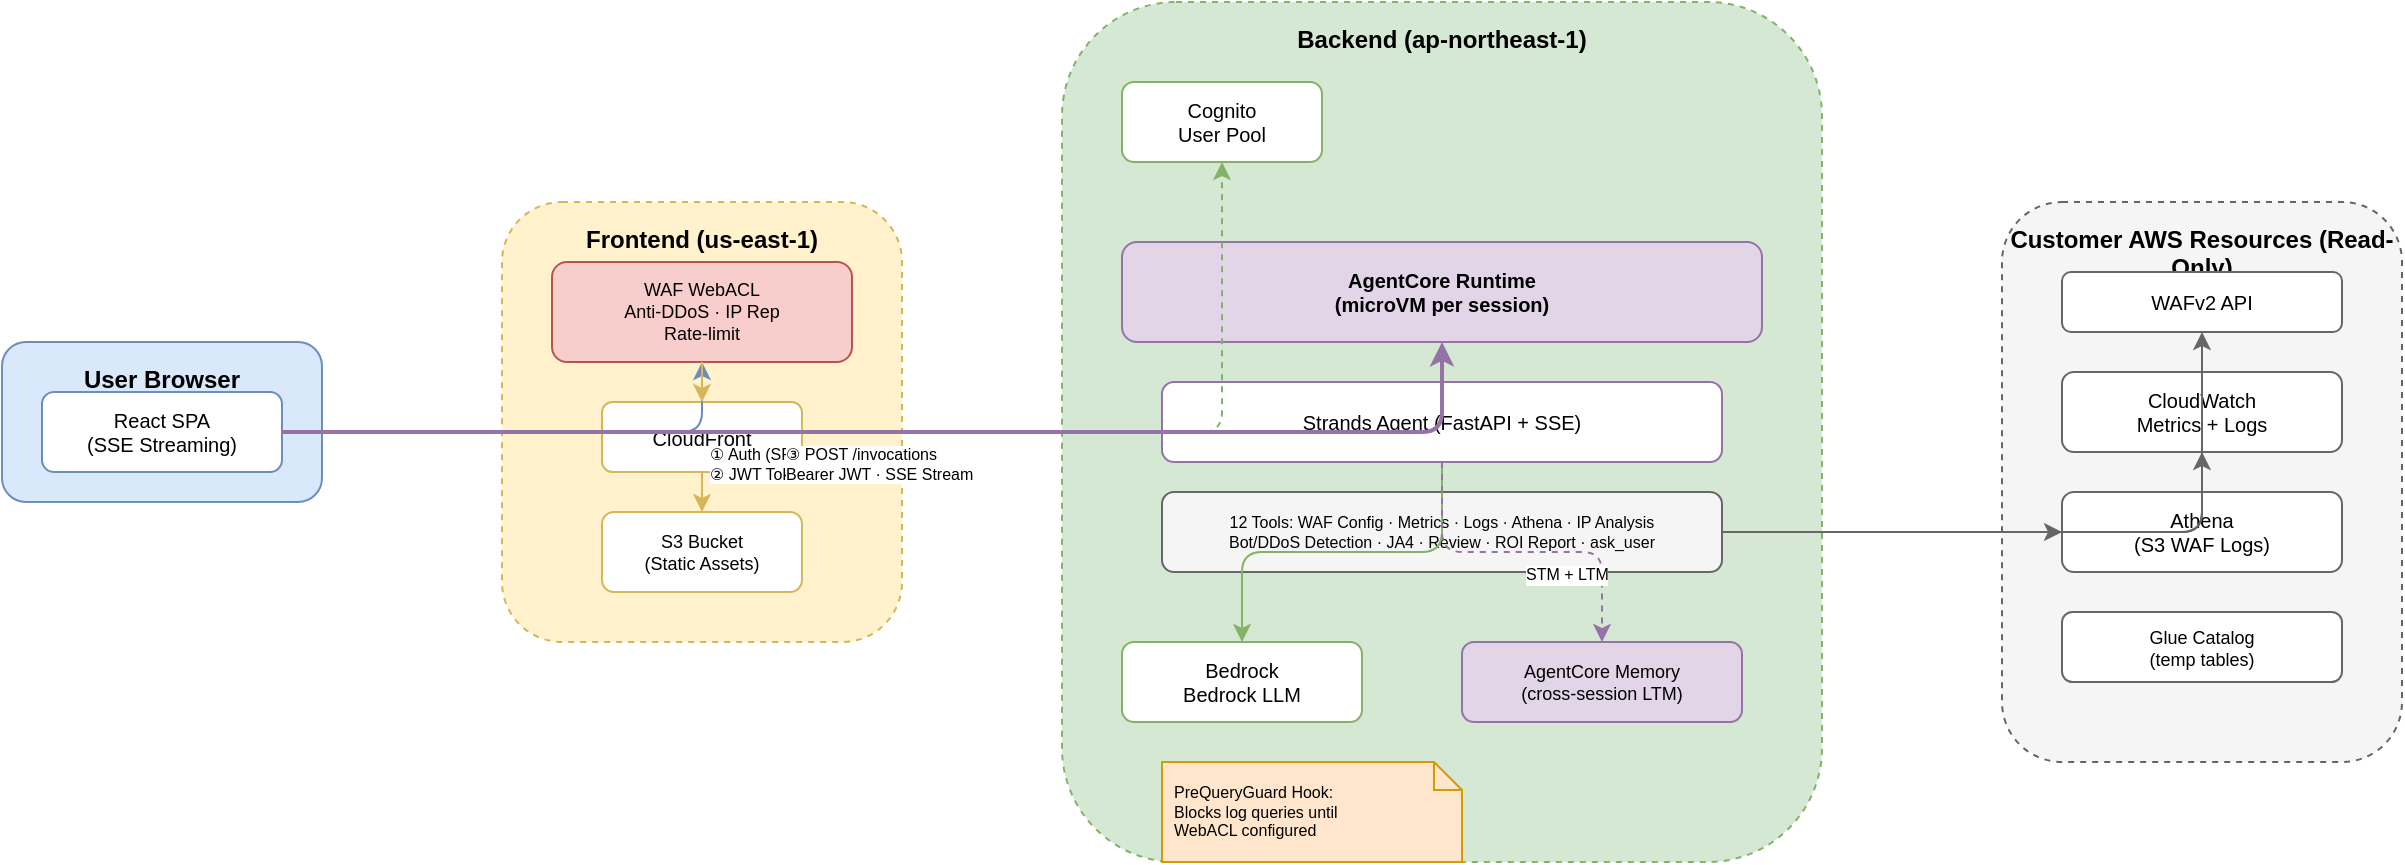
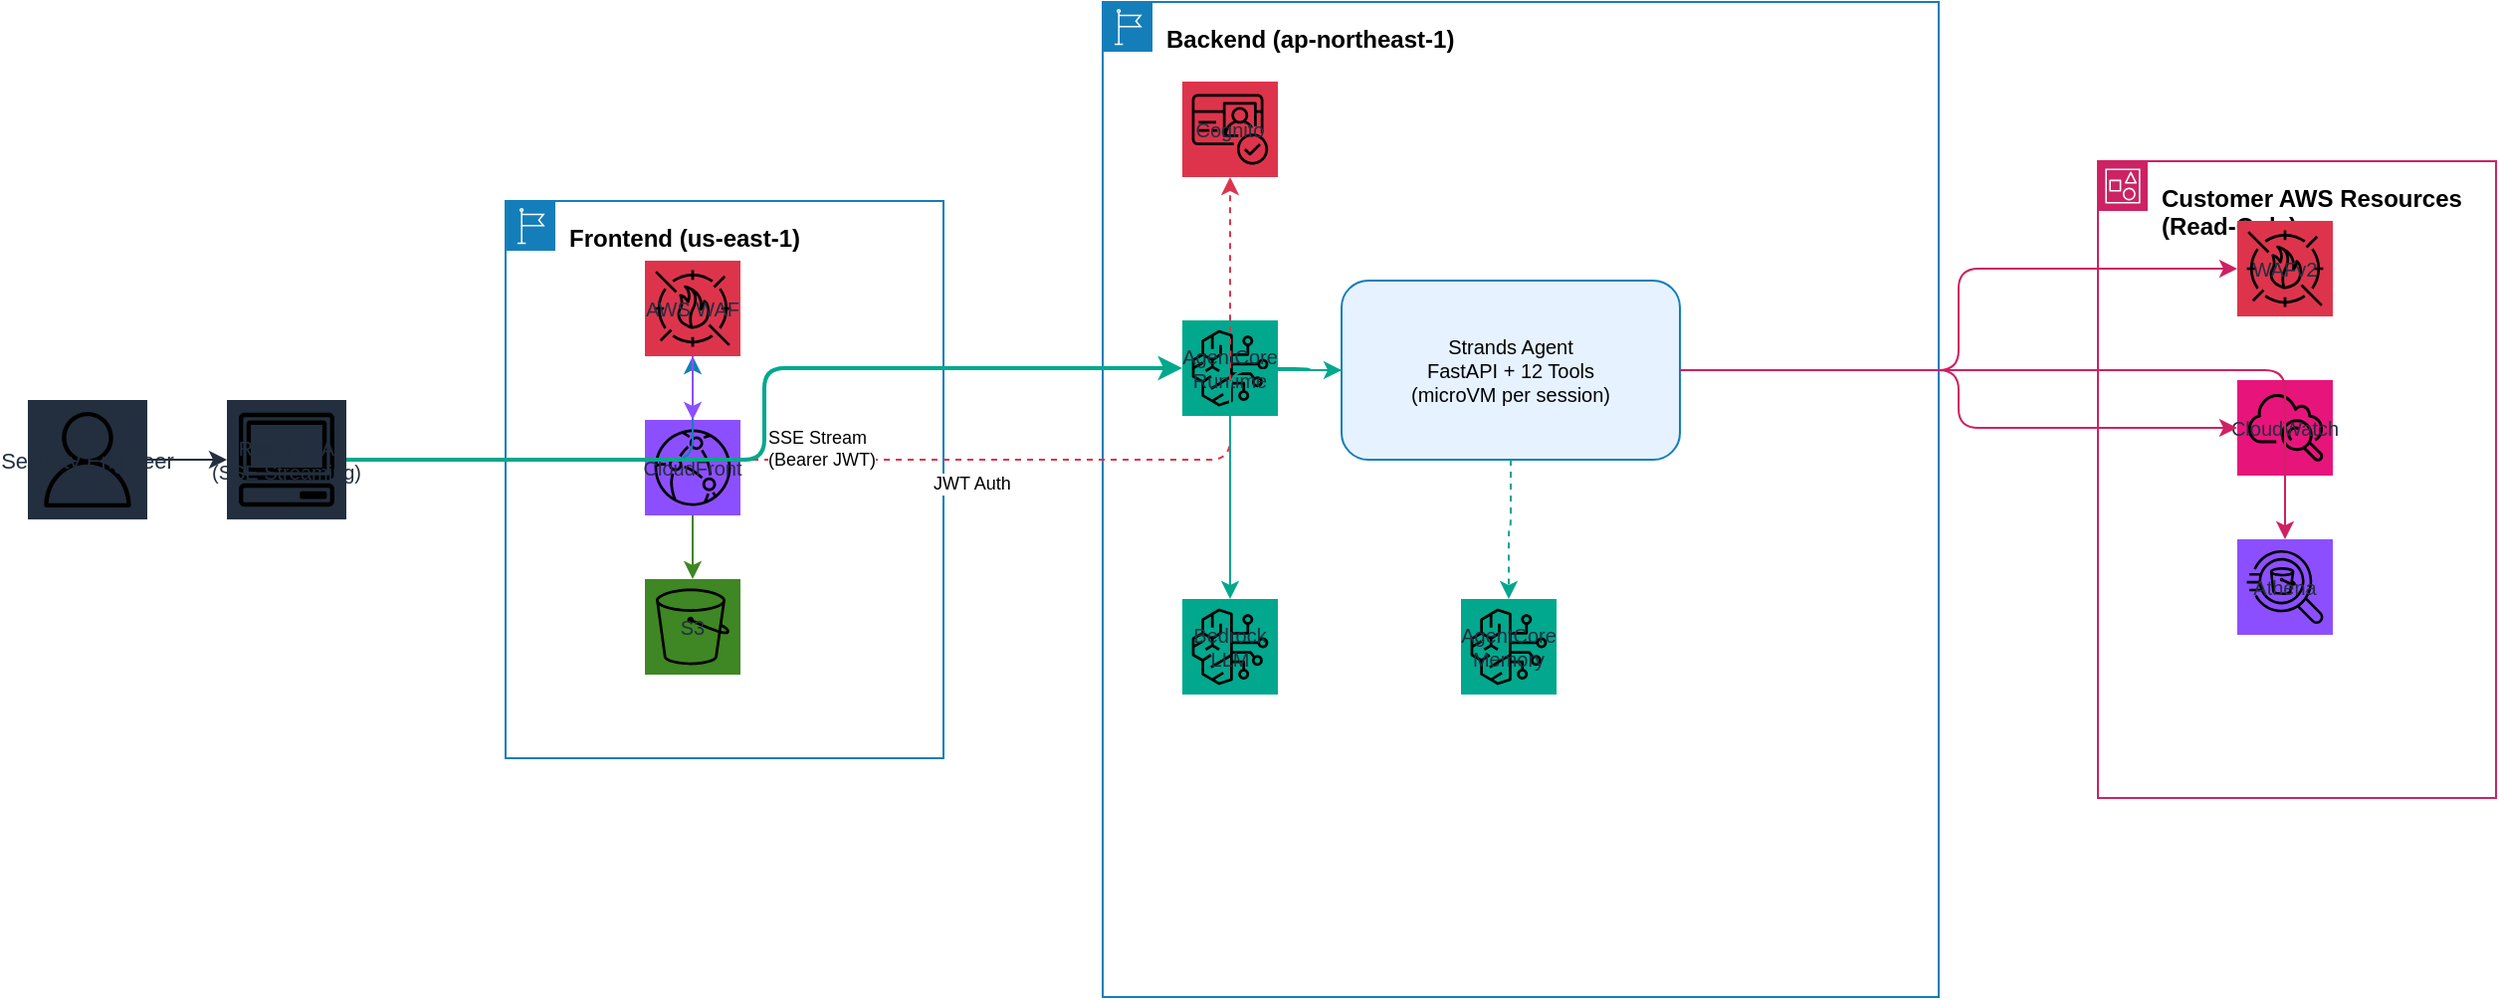
- <mxfile host="app.diagrams.net" modified="2026-05-11T13:05:00.000Z" agent="WAF Agent" version="24.0.0">
+ <mxfile host="app.diagrams.net" modified="2026-05-11T14:17:00.000Z" agent="WAF Agent" version="24.0.0">
  <diagram name="Architecture" id="arch-1">
-     <mxGraphModel dx="1200" dy="800" grid="1" gridSize="10" guides="1" tooltips="1" connect="1" arrows="1" fold="1" page="1" pageScale="1" pageWidth="1400" pageHeight="900" math="0" shadow="0">
+     <mxGraphModel dx="1422" dy="900" grid="1" gridSize="10" guides="1" tooltips="1" connect="1" arrows="1" fold="1" page="1" pageScale="1" pageWidth="1600" pageHeight="1000" math="0" shadow="0">
      <root>
        <mxCell id="0" />
        <mxCell id="1" parent="0" />

-         <!-- User Browser -->
-         <mxCell id="user-group" value="User Browser" style="rounded=1;whiteSpace=wrap;html=1;fillColor=#dae8fc;strokeColor=#6c8ebf;verticalAlign=top;fontStyle=1;fontSize=12;spacingTop=5;" vertex="1" parent="1">
-           <mxGeometry x="50" y="350" width="160" height="80" as="geometry" />
+         <!-- User -->
+         <mxCell id="user" value="Security Engineer" style="outlineConnect=0;fontColor=#232F3E;gradientColor=none;strokeColor=none;fillColor=#232F3E;align=center;strokeWidth=1;fontSize=11;fontStyle=0;shape=mxgraph.aws4.resourceIcon;resIcon=mxgraph.aws4.user" vertex="1" parent="1">
+           <mxGeometry x="80" y="400" width="60" height="60" as="geometry" />
        </mxCell>
-         <mxCell id="spa" value="React SPA&#xa;(SSE Streaming)" style="rounded=1;whiteSpace=wrap;html=1;fillColor=#fff;strokeColor=#6c8ebf;fontSize=10;" vertex="1" parent="1">
-           <mxGeometry x="70" y="375" width="120" height="40" as="geometry" />
+         <mxCell id="browser" value="React SPA&#xa;(SSE Streaming)" style="outlineConnect=0;fontColor=#232F3E;gradientColor=none;strokeColor=none;fillColor=#232F3E;align=center;strokeWidth=1;fontSize=10;fontStyle=0;shape=mxgraph.aws4.resourceIcon;resIcon=mxgraph.aws4.client" vertex="1" parent="1">
+           <mxGeometry x="180" y="400" width="60" height="60" as="geometry" />
        </mxCell>

-         <!-- Frontend (us-east-1) -->
-         <mxCell id="fe-group" value="Frontend (us-east-1)" style="rounded=1;whiteSpace=wrap;html=1;fillColor=#fff2cc;strokeColor=#d6b656;verticalAlign=top;fontStyle=1;fontSize=12;spacingTop=5;dashed=1;" vertex="1" parent="1">
-           <mxGeometry x="300" y="280" width="200" height="220" as="geometry" />
+         <!-- Frontend Group -->
+         <mxCell id="fe-group" value="Frontend (us-east-1)" style="points=[[0,0],[0.25,0],[0.5,0],[0.75,0],[1,0],[1,0.25],[1,0.5],[1,0.75],[1,1],[0.75,1],[0.5,1],[0.25,1],[0,1],[0,0.75],[0,0.5],[0,0.25]];outlineConnect=0;gradientColor=none;html=1;whiteSpace=wrap;fontSize=12;fontStyle=1;shape=mxgraph.aws4.group;grIcon=mxgraph.aws4.group_region;strokeColor=#147EBA;fillColor=none;verticalAlign=top;align=left;spacingLeft=30;spacingTop=5;dashed=0;" vertex="1" parent="1">
+           <mxGeometry x="320" y="300" width="220" height="280" as="geometry" />
        </mxCell>
-         <mxCell id="waf-fe" value="WAF WebACL&#xa;Anti-DDoS · IP Rep&#xa;Rate-limit" style="rounded=1;whiteSpace=wrap;html=1;fillColor=#f8cecc;strokeColor=#b85450;fontSize=9;" vertex="1" parent="1">
-           <mxGeometry x="325" y="310" width="150" height="50" as="geometry" />
+         <mxCell id="waf-fe" value="AWS WAF" style="outlineConnect=0;fontColor=#232F3E;gradientColor=none;strokeColor=none;fillColor=#DD344C;align=center;strokeWidth=1;fontSize=10;fontStyle=0;shape=mxgraph.aws4.resourceIcon;resIcon=mxgraph.aws4.waf" vertex="1" parent="1">
+           <mxGeometry x="390" y="330" width="48" height="48" as="geometry" />
        </mxCell>
-         <mxCell id="cf" value="CloudFront" style="rounded=1;whiteSpace=wrap;html=1;fillColor=#fff;strokeColor=#d6b656;fontSize=10;" vertex="1" parent="1">
-           <mxGeometry x="350" y="380" width="100" height="35" as="geometry" />
+         <mxCell id="cf" value="CloudFront" style="outlineConnect=0;fontColor=#232F3E;gradientColor=none;strokeColor=none;fillColor=#8C4FFF;align=center;strokeWidth=1;fontSize=10;fontStyle=0;shape=mxgraph.aws4.resourceIcon;resIcon=mxgraph.aws4.cloudfront" vertex="1" parent="1">
+           <mxGeometry x="390" y="410" width="48" height="48" as="geometry" />
        </mxCell>
-         <mxCell id="s3" value="S3 Bucket&#xa;(Static Assets)" style="rounded=1;whiteSpace=wrap;html=1;fillColor=#fff;strokeColor=#d6b656;fontSize=9;" vertex="1" parent="1">
-           <mxGeometry x="350" y="435" width="100" height="40" as="geometry" />
+         <mxCell id="s3" value="S3" style="outlineConnect=0;fontColor=#232F3E;gradientColor=none;strokeColor=none;fillColor=#3F8624;align=center;strokeWidth=1;fontSize=10;fontStyle=0;shape=mxgraph.aws4.resourceIcon;resIcon=mxgraph.aws4.s3" vertex="1" parent="1">
+           <mxGeometry x="390" y="490" width="48" height="48" as="geometry" />
        </mxCell>

-         <!-- Backend -->
-         <mxCell id="be-group" value="Backend (ap-northeast-1)" style="rounded=1;whiteSpace=wrap;html=1;fillColor=#d5e8d4;strokeColor=#82b366;verticalAlign=top;fontStyle=1;fontSize=12;spacingTop=5;dashed=1;" vertex="1" parent="1">
-           <mxGeometry x="580" y="180" width="380" height="430" as="geometry" />
+         <!-- Backend Group -->
+         <mxCell id="be-group" value="Backend (ap-northeast-1)" style="points=[[0,0],[0.25,0],[0.5,0],[0.75,0],[1,0],[1,0.25],[1,0.5],[1,0.75],[1,1],[0.75,1],[0.5,1],[0.25,1],[0,1],[0,0.75],[0,0.5],[0,0.25]];outlineConnect=0;gradientColor=none;html=1;whiteSpace=wrap;fontSize=12;fontStyle=1;shape=mxgraph.aws4.group;grIcon=mxgraph.aws4.group_region;strokeColor=#147EBA;fillColor=none;verticalAlign=top;align=left;spacingLeft=30;spacingTop=5;dashed=0;" vertex="1" parent="1">
+           <mxGeometry x="620" y="200" width="420" height="500" as="geometry" />
        </mxCell>
-         <mxCell id="cognito" value="Cognito&#xa;User Pool" style="rounded=1;whiteSpace=wrap;html=1;fillColor=#fff;strokeColor=#82b366;fontSize=10;" vertex="1" parent="1">
-           <mxGeometry x="610" y="220" width="100" height="40" as="geometry" />
+         <mxCell id="cognito" value="Cognito" style="outlineConnect=0;fontColor=#232F3E;gradientColor=none;strokeColor=none;fillColor=#DD344C;align=center;strokeWidth=1;fontSize=10;fontStyle=0;shape=mxgraph.aws4.resourceIcon;resIcon=mxgraph.aws4.cognito" vertex="1" parent="1">
+           <mxGeometry x="660" y="240" width="48" height="48" as="geometry" />
        </mxCell>
-         <mxCell id="ac" value="AgentCore Runtime&#xa;(microVM per session)" style="rounded=1;whiteSpace=wrap;html=1;fillColor=#e1d5e7;strokeColor=#9673a6;fontSize=10;fontStyle=1;" vertex="1" parent="1">
-           <mxGeometry x="610" y="300" width="320" height="50" as="geometry" />
+         <mxCell id="ac" value="AgentCore&#xa;Runtime" style="outlineConnect=0;fontColor=#232F3E;gradientColor=none;strokeColor=none;fillColor=#01A88D;align=center;strokeWidth=1;fontSize=10;fontStyle=0;shape=mxgraph.aws4.resourceIcon;resIcon=mxgraph.aws4.bedrock" vertex="1" parent="1">
+           <mxGeometry x="660" y="360" width="48" height="48" as="geometry" />
        </mxCell>
-         <mxCell id="agent" value="Strands Agent (FastAPI + SSE)" style="rounded=1;whiteSpace=wrap;html=1;fillColor=#fff;strokeColor=#9673a6;fontSize=10;" vertex="1" parent="1">
-           <mxGeometry x="630" y="370" width="280" height="40" as="geometry" />
+         <mxCell id="agent-box" value="Strands Agent&#xa;FastAPI + 12 Tools&#xa;(microVM per session)" style="rounded=1;whiteSpace=wrap;html=1;fillColor=#E6F2FF;strokeColor=#147EBA;fontSize=10;verticalAlign=middle;" vertex="1" parent="1">
+           <mxGeometry x="740" y="340" width="170" height="90" as="geometry" />
        </mxCell>
-         <mxCell id="tools" value="12 Tools: WAF Config · Metrics · Logs · Athena · IP Analysis&#xa;Bot/DDoS Detection · JA4 · Review · ROI Report · ask_user" style="rounded=1;whiteSpace=wrap;html=1;fillColor=#f5f5f5;strokeColor=#666;fontSize=8;" vertex="1" parent="1">
-           <mxGeometry x="630" y="425" width="280" height="40" as="geometry" />
+         <mxCell id="bedrock" value="Bedrock&#xa;LLM" style="outlineConnect=0;fontColor=#232F3E;gradientColor=none;strokeColor=none;fillColor=#01A88D;align=center;strokeWidth=1;fontSize=10;fontStyle=0;shape=mxgraph.aws4.resourceIcon;resIcon=mxgraph.aws4.bedrock" vertex="1" parent="1">
+           <mxGeometry x="660" y="500" width="48" height="48" as="geometry" />
        </mxCell>
-         <mxCell id="bedrock" value="Bedrock&#xa;Bedrock LLM" style="rounded=1;whiteSpace=wrap;html=1;fillColor=#fff;strokeColor=#82b366;fontSize=10;" vertex="1" parent="1">
-           <mxGeometry x="610" y="500" width="120" height="40" as="geometry" />
-         </mxCell>
-         <mxCell id="memory" value="AgentCore Memory&#xa;(cross-session LTM)" style="rounded=1;whiteSpace=wrap;html=1;fillColor=#e1d5e7;strokeColor=#9673a6;fontSize=9;" vertex="1" parent="1">
-           <mxGeometry x="780" y="500" width="140" height="40" as="geometry" />
+         <mxCell id="memory" value="AgentCore&#xa;Memory" style="outlineConnect=0;fontColor=#232F3E;gradientColor=none;strokeColor=none;fillColor=#01A88D;align=center;strokeWidth=1;fontSize=10;fontStyle=0;shape=mxgraph.aws4.resourceIcon;resIcon=mxgraph.aws4.bedrock" vertex="1" parent="1">
+           <mxGeometry x="800" y="500" width="48" height="48" as="geometry" />
        </mxCell>

-         <!-- Customer AWS Resources -->
-         <mxCell id="aws-group" value="Customer AWS Resources (Read-Only)" style="rounded=1;whiteSpace=wrap;html=1;fillColor=#f5f5f5;strokeColor=#666;verticalAlign=top;fontStyle=1;fontSize=12;spacingTop=5;dashed=1;" vertex="1" parent="1">
-           <mxGeometry x="1050" y="280" width="200" height="280" as="geometry" />
+         <!-- Customer Resources Group -->
+         <mxCell id="aws-group" value="Customer AWS Resources (Read-Only)" style="points=[[0,0],[0.25,0],[0.5,0],[0.75,0],[1,0],[1,0.25],[1,0.5],[1,0.75],[1,1],[0.75,1],[0.5,1],[0.25,1],[0,1],[0,0.75],[0,0.5],[0,0.25]];outlineConnect=0;gradientColor=none;html=1;whiteSpace=wrap;fontSize=12;fontStyle=1;shape=mxgraph.aws4.group;grIcon=mxgraph.aws4.group_account;strokeColor=#CD2264;fillColor=none;verticalAlign=top;align=left;spacingLeft=30;spacingTop=5;dashed=0;" vertex="1" parent="1">
+           <mxGeometry x="1120" y="280" width="200" height="320" as="geometry" />
        </mxCell>
-         <mxCell id="wafv2" value="WAFv2 API" style="rounded=1;whiteSpace=wrap;html=1;fillColor=#fff;strokeColor=#666;fontSize=10;" vertex="1" parent="1">
-           <mxGeometry x="1080" y="315" width="140" height="30" as="geometry" />
+         <mxCell id="wafv2" value="WAFv2" style="outlineConnect=0;fontColor=#232F3E;gradientColor=none;strokeColor=none;fillColor=#DD344C;align=center;strokeWidth=1;fontSize=10;fontStyle=0;shape=mxgraph.aws4.resourceIcon;resIcon=mxgraph.aws4.waf" vertex="1" parent="1">
+           <mxGeometry x="1190" y="310" width="48" height="48" as="geometry" />
        </mxCell>
-         <mxCell id="cw" value="CloudWatch&#xa;Metrics + Logs" style="rounded=1;whiteSpace=wrap;html=1;fillColor=#fff;strokeColor=#666;fontSize=10;" vertex="1" parent="1">
-           <mxGeometry x="1080" y="365" width="140" height="40" as="geometry" />
+         <mxCell id="cw" value="CloudWatch" style="outlineConnect=0;fontColor=#232F3E;gradientColor=none;strokeColor=none;fillColor=#E7157B;align=center;strokeWidth=1;fontSize=10;fontStyle=0;shape=mxgraph.aws4.resourceIcon;resIcon=mxgraph.aws4.cloudwatch" vertex="1" parent="1">
+           <mxGeometry x="1190" y="390" width="48" height="48" as="geometry" />
        </mxCell>
-         <mxCell id="athena" value="Athena&#xa;(S3 WAF Logs)" style="rounded=1;whiteSpace=wrap;html=1;fillColor=#fff;strokeColor=#666;fontSize=10;" vertex="1" parent="1">
-           <mxGeometry x="1080" y="425" width="140" height="40" as="geometry" />
-         </mxCell>
-         <mxCell id="glue" value="Glue Catalog&#xa;(temp tables)" style="rounded=1;whiteSpace=wrap;html=1;fillColor=#fff;strokeColor=#666;fontSize=9;" vertex="1" parent="1">
-           <mxGeometry x="1080" y="485" width="140" height="35" as="geometry" />
+         <mxCell id="athena" value="Athena" style="outlineConnect=0;fontColor=#232F3E;gradientColor=none;strokeColor=none;fillColor=#8C4FFF;align=center;strokeWidth=1;fontSize=10;fontStyle=0;shape=mxgraph.aws4.resourceIcon;resIcon=mxgraph.aws4.athena" vertex="1" parent="1">
+           <mxGeometry x="1190" y="470" width="48" height="48" as="geometry" />
        </mxCell>

        <!-- Arrows -->
-         <mxCell id="e1" style="edgeStyle=orthogonalEdgeStyle;rounded=1;strokeColor=#6c8ebf;" edge="1" source="spa" target="waf-fe" parent="1">
+         <mxCell id="e0" style="edgeStyle=orthogonalEdgeStyle;rounded=1;strokeColor=#232F3E;" edge="1" source="user" target="browser" parent="1">
          <mxGeometry relative="1" as="geometry" />
        </mxCell>
-         <mxCell id="e2" style="edgeStyle=orthogonalEdgeStyle;rounded=1;strokeColor=#d6b656;" edge="1" source="waf-fe" target="cf" parent="1">
+         <mxCell id="e1" style="edgeStyle=orthogonalEdgeStyle;rounded=1;strokeColor=#147EBA;" edge="1" source="browser" target="waf-fe" parent="1">
          <mxGeometry relative="1" as="geometry" />
        </mxCell>
-         <mxCell id="e3" style="edgeStyle=orthogonalEdgeStyle;rounded=1;strokeColor=#d6b656;" edge="1" source="cf" target="s3" parent="1">
+         <mxCell id="e2" style="edgeStyle=orthogonalEdgeStyle;rounded=1;strokeColor=#8C4FFF;" edge="1" source="waf-fe" target="cf" parent="1">
          <mxGeometry relative="1" as="geometry" />
        </mxCell>
-         <mxCell id="e4" style="edgeStyle=orthogonalEdgeStyle;rounded=1;strokeColor=#82b366;dashed=1;" edge="1" source="spa" target="cognito" parent="1">
+         <mxCell id="e3" style="edgeStyle=orthogonalEdgeStyle;rounded=1;strokeColor=#3F8624;" edge="1" source="cf" target="s3" parent="1">
          <mxGeometry relative="1" as="geometry" />
        </mxCell>
-         <mxCell id="e4-label" value="① Auth (SRP)&#xa;② JWT Token" style="edgeLabel;html=1;fontSize=8;fillColor=none;" vertex="1" connectable="0" parent="e4">
-           <mxGeometry x="-0.3" relative="1" as="geometry"><mxPoint as="offset" /></mxGeometry>
-         </mxCell>
-         <mxCell id="e5" style="edgeStyle=orthogonalEdgeStyle;rounded=1;strokeColor=#9673a6;strokeWidth=2;" edge="1" source="spa" target="ac" parent="1">
+         <!-- Auth flow -->
+         <mxCell id="e4" style="edgeStyle=orthogonalEdgeStyle;rounded=1;strokeColor=#DD344C;dashed=1;" edge="1" source="browser" target="cognito" parent="1">
          <mxGeometry relative="1" as="geometry" />
        </mxCell>
-         <mxCell id="e5-label" value="③ POST /invocations&#xa;Bearer JWT · SSE Stream" style="edgeLabel;html=1;fontSize=8;fillColor=none;" vertex="1" connectable="0" parent="e5">
-           <mxGeometry x="-0.2" relative="1" as="geometry"><mxPoint as="offset" /></mxGeometry>
+         <mxCell id="e4-label" value="JWT Auth" style="edgeLabel;html=1;fontSize=9;fillColor=none;" vertex="1" connectable="0" parent="e4">
+           <mxGeometry relative="1" as="geometry"><mxPoint as="offset" /></mxGeometry>
        </mxCell>
-         <mxCell id="e6" style="edgeStyle=orthogonalEdgeStyle;rounded=1;strokeColor=#82b366;" edge="1" source="agent" target="bedrock" parent="1">
+         <!-- SSE to AgentCore -->
+         <mxCell id="e5" style="edgeStyle=orthogonalEdgeStyle;rounded=1;strokeColor=#01A88D;strokeWidth=2;" edge="1" source="browser" target="ac" parent="1">
          <mxGeometry relative="1" as="geometry" />
        </mxCell>
-         <mxCell id="e6b" style="edgeStyle=orthogonalEdgeStyle;rounded=1;strokeColor=#9673a6;dashed=1;" edge="1" source="agent" target="memory" parent="1">
+         <mxCell id="e5-label" value="SSE Stream&#xa;(Bearer JWT)" style="edgeLabel;html=1;fontSize=9;fillColor=none;" vertex="1" connectable="0" parent="e5">
+           <mxGeometry relative="1" as="geometry"><mxPoint as="offset" /></mxGeometry>
+         </mxCell>
+         <!-- AgentCore to Agent -->
+         <mxCell id="e6" style="edgeStyle=orthogonalEdgeStyle;rounded=1;strokeColor=#01A88D;" edge="1" source="ac" target="agent-box" parent="1">
          <mxGeometry relative="1" as="geometry" />
        </mxCell>
-         <mxCell id="e6b-label" value="STM + LTM" style="edgeLabel;html=1;fontSize=8;fillColor=none;" vertex="1" connectable="0" parent="e6b">
-           <mxGeometry relative="1" as="geometry"><mxPoint as="offset" /></mxGeometry>
-         </mxCell>
-         <mxCell id="e7" style="edgeStyle=orthogonalEdgeStyle;rounded=1;strokeColor=#666;" edge="1" source="tools" target="wafv2" parent="1">
+         <!-- Agent to Bedrock -->
+         <mxCell id="e7" style="edgeStyle=orthogonalEdgeStyle;rounded=1;strokeColor=#01A88D;" edge="1" source="agent-box" target="bedrock" parent="1">
          <mxGeometry relative="1" as="geometry" />
        </mxCell>
-         <mxCell id="e8" style="edgeStyle=orthogonalEdgeStyle;rounded=1;strokeColor=#666;" edge="1" source="tools" target="cw" parent="1">
+         <!-- Agent to Memory -->
+         <mxCell id="e8" style="edgeStyle=orthogonalEdgeStyle;rounded=1;strokeColor=#01A88D;dashed=1;" edge="1" source="agent-box" target="memory" parent="1">
          <mxGeometry relative="1" as="geometry" />
        </mxCell>
-         <mxCell id="e9" style="edgeStyle=orthogonalEdgeStyle;rounded=1;strokeColor=#666;" edge="1" source="tools" target="athena" parent="1">
+         <!-- Agent to Customer Resources -->
+         <mxCell id="e9" style="edgeStyle=orthogonalEdgeStyle;rounded=1;strokeColor=#CD2264;" edge="1" source="agent-box" target="wafv2" parent="1">
          <mxGeometry relative="1" as="geometry" />
        </mxCell>
- 
-         <!-- Hook note -->
-         <mxCell id="hook-note" value="PreQueryGuard Hook:&#xa;Blocks log queries until&#xa;WebACL configured" style="shape=note;whiteSpace=wrap;html=1;size=14;fillColor=#ffe6cc;strokeColor=#d79b00;fontSize=8;align=left;spacingLeft=4;" vertex="1" parent="1">
-           <mxGeometry x="630" y="560" width="150" height="50" as="geometry" />
+         <mxCell id="e10" style="edgeStyle=orthogonalEdgeStyle;rounded=1;strokeColor=#CD2264;" edge="1" source="agent-box" target="cw" parent="1">
+           <mxGeometry relative="1" as="geometry" />
+         </mxCell>
+         <mxCell id="e11" style="edgeStyle=orthogonalEdgeStyle;rounded=1;strokeColor=#CD2264;" edge="1" source="agent-box" target="athena" parent="1">
+           <mxGeometry relative="1" as="geometry" />
        </mxCell>

      </root>
    </mxGraphModel>
  </diagram>
</mxfile>
